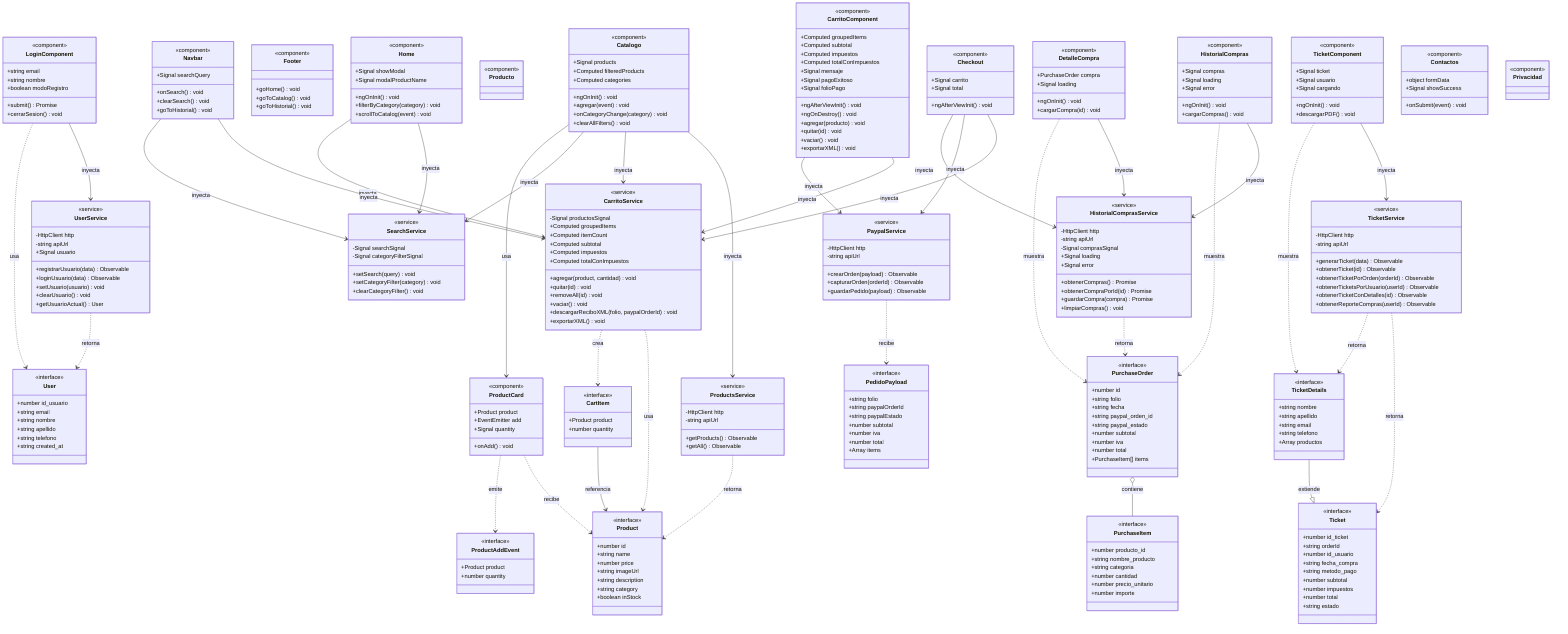
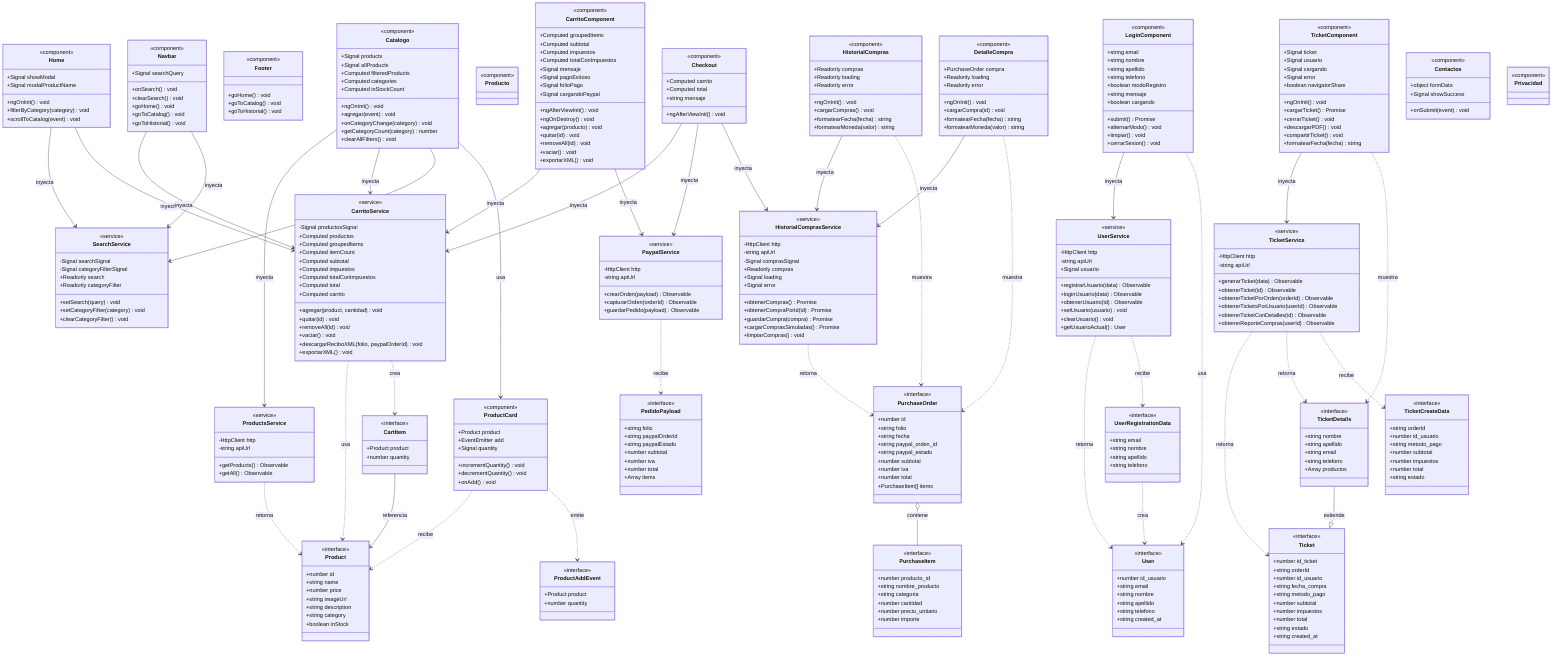
classDiagram
direction TB

%% ─── MODELOS ───────────────────────────────────────────────

class Product {
    <<interface>>
    +number id
    +string name
    +number price
    +string imageUrl
    +string description
    +string category
    +boolean inStock
}

class PurchaseItem {
    <<interface>>
    +number producto_id
    +string nombre_producto
    +string categoria
    +number cantidad
    +number precio_unitario
    +number importe
}

class PurchaseOrder {
    <<interface>>
    +number id
    +string folio
    +string fecha
    +string paypal_orden_id
    +string paypal_estado
    +number subtotal
    +number iva
    +number total
    +PurchaseItem[] items
}

class CartItem {
    <<interface>>
    +Product product
    +number quantity
}

class User {
    <<interface>>
    +number id_usuario
    +string email
    +string nombre
    +string apellido
    +string telefono
    +string created_at
}

+ class UserRegistrationData {
+     <<interface>>
+     +string email
+     +string nombre
+     +string apellido
+     +string telefono
+ }
+ 
class Ticket {
    <<interface>>
    +number id_ticket
    +string orderId
    +number id_usuario
    +string fecha_compra
    +string metodo_pago
    +number subtotal
    +number impuestos
    +number total
    +string estado
+     +string created_at
}

class TicketDetails {
    <<interface>>
    +string nombre
    +string apellido
    +string email
    +string telefono
    +Array productos
+ }
+ 
+ class TicketCreateData {
+     <<interface>>
+     +string orderId
+     +number id_usuario
+     +string metodo_pago
+     +number subtotal
+     +number impuestos
+     +number total
+     +string estado
}

class PedidoPayload {
    <<interface>>
    +string folio
    +string paypalOrderId
    +string paypalEstado
    +number subtotal
    +number iva
    +number total
    +Array items
}

class ProductAddEvent {
    <<interface>>
    +Product product
    +number quantity
}

%% ─── SERVICIOS ─────────────────────────────────────────────

class ProductsService {
    <<service>>
    -HttpClient http
    -string apiUrl
    +getProducts() Observable
    +getAll() Observable
}

class CarritoService {
    <<service>>
    -Signal productosSignal
+     +Computed productos
    +Computed groupedItems
    +Computed itemCount
    +Computed subtotal
    +Computed impuestos
    +Computed totalConImpuestos
+     +Computed total
+     +Computed carrito
    +agregar(product, cantidad) void
    +quitar(id) void
    +removeAll(id) void
    +vaciar() void
    +descargarReciboXML(folio, paypalOrderId) void
    +exportarXML() void
}

class SearchService {
    <<service>>
    -Signal searchSignal
    -Signal categoryFilterSignal
+     +Readonly search
+     +Readonly categoryFilter
    +setSearch(query) void
    +setCategoryFilter(category) void
    +clearCategoryFilter() void
}

class PaypalService {
    <<service>>
    -HttpClient http
    -string apiUrl
    +crearOrden(payload) Observable
    +capturarOrden(orderId) Observable
    +guardarPedido(payload) Observable
}

class HistorialComprasService {
    <<service>>
    -HttpClient http
    -string apiUrl
    -Signal comprasSignal
+     +Readonly compras
    +Signal loading
    +Signal error
    +obtenerCompras() Promise
    +obtenerCompraPorId(id) Promise
    +guardarCompra(compra) Promise
+     +cargarComprasSimuladas() Promise
    +limpiarCompras() void
}

class UserService {
    <<service>>
    -HttpClient http
    -string apiUrl
    +Signal usuario
    +registrarUsuario(data) Observable
    +loginUsuario(data) Observable
+     +obtenerUsuario(id) Observable
    +setUsuario(usuario) void
    +clearUsuario() void
    +getUsuarioActual() User
}

class TicketService {
    <<service>>
    -HttpClient http
    -string apiUrl
    +generarTicket(data) Observable
    +obtenerTicket(id) Observable
    +obtenerTicketPorOrden(orderId) Observable
    +obtenerTicketsPorUsuario(userId) Observable
    +obtenerTicketConDetalles(id) Observable
    +obtenerReporteCompras(userId) Observable
}

%% ─── COMPONENTES ────────────────────────────────────────────

class Home {
    <<component>>
    +Signal showModal
    +Signal modalProductName
    +ngOnInit() void
    +filterByCategory(category) void
    +scrollToCatalog(event) void
}

class Navbar {
    <<component>>
    +Signal searchQuery
    +onSearch() void
    +clearSearch() void
-     +goToHistorial() void
- }
- 
- class Footer {
-     <<component>>
    +goHome() void
    +goToCatalog() void
    +goToHistorial() void
}

+ class Footer {
+     <<component>>
+     +goHome() void
+     +goToCatalog() void
+     +goToHistorial() void
+ }
+ 
class Catalogo {
    <<component>>
    +Signal products
+     +Signal allProducts
    +Computed filteredProducts
    +Computed categories
+     +Computed inStockCount
    +ngOnInit() void
    +agregar(event) void
    +onCategoryChange(category) void
+     +getCategoryCount(category) number
    +clearAllFilters() void
}

class ProductCard {
    <<component>>
    +Product product
    +EventEmitter add
    +Signal quantity
+     +incrementQuantity() void
+     +decrementQuantity() void
    +onAdd() void
}

class Producto {
    <<component>>
}

class CarritoComponent {
    <<component>>
    +Computed groupedItems
    +Computed subtotal
    +Computed impuestos
    +Computed totalConImpuestos
    +Signal mensaje
    +Signal pagoExitoso
    +Signal folioPago
+     +Signal cargandoPaypal
    +ngAfterViewInit() void
    +ngOnDestroy() void
    +agregar(producto) void
    +quitar(id) void
+     +removeAll(id) void
    +vaciar() void
    +exportarXML() void
}

class Checkout {
    <<component>>
-     +Signal carrito
-     +Signal total
+     +Computed carrito
+     +Computed total
+     +string mensaje
    +ngAfterViewInit() void
}

class LoginComponent {
    <<component>>
    +string email
    +string nombre
+     +string apellido
+     +string telefono
    +boolean modoRegistro
+     +string mensaje
+     +boolean cargando
    +submit() Promise
+     +alternarModo() void
+     +limpiar() void
    +cerrarSesion() void
}

class HistorialCompras {
    <<component>>
-     +Signal compras
-     +Signal loading
-     +Signal error
+     +Readonly compras
+     +Readonly loading
+     +Readonly error
    +ngOnInit() void
    +cargarCompras() void
+     +formatearFecha(fecha) string
+     +formatearMoneda(valor) string
}

class DetalleCompra {
    <<component>>
    +PurchaseOrder compra
-     +Signal loading
+     +Readonly loading
+     +Readonly error
    +ngOnInit() void
    +cargarCompra(id) void
+     +formatearFecha(fecha) string
+     +formatearMoneda(valor) string
}

class TicketComponent {
    <<component>>
    +Signal ticket
    +Signal usuario
    +Signal cargando
+     +Signal error
+     +boolean navigatorShare
    +ngOnInit() void
+     +cargarTicket() Promise
+     +cerrarTicket() void
    +descargarPDF() void
+     +compartirTicket() void
+     +formatearFecha(fecha) string
}

class Contactos {
    <<component>>
    +object formData
    +Signal showSuccess
    +onSubmit(event) void
}

class Privacidad {
    <<component>>
}

%% ─── RELACIONES MODELOS ──────────────────────────────────────
PurchaseOrder o-- PurchaseItem : contiene
TicketDetails --|> Ticket : extiende
CartItem --> Product : referencia
+ UserRegistrationData ..> User : crea

%% ─── RELACIONES SERVICIOS → MODELOS ─────────────────────────
ProductsService ..> Product : retorna
CarritoService ..> Product : usa
CarritoService ..> CartItem : crea
PaypalService ..> PedidoPayload : recibe
HistorialComprasService ..> PurchaseOrder : retorna
UserService ..> User : retorna
+ UserService ..> UserRegistrationData : recibe
TicketService ..> Ticket : retorna
TicketService ..> TicketDetails : retorna
+ TicketService ..> TicketCreateData : recibe

%% ─── RELACIONES COMPONENTES → SERVICIOS ─────────────────────
Catalogo --> ProductsService : inyecta
Catalogo --> CarritoService : inyecta
Catalogo --> SearchService : inyecta
Catalogo --> ProductCard : usa

Home --> SearchService : inyecta
Home --> CarritoService : inyecta

Navbar --> CarritoService : inyecta
Navbar --> SearchService : inyecta

CarritoComponent --> CarritoService : inyecta
CarritoComponent --> PaypalService : inyecta

Checkout --> CarritoService : inyecta
Checkout --> PaypalService : inyecta
Checkout --> HistorialComprasService : inyecta

HistorialCompras --> HistorialComprasService : inyecta
DetalleCompra --> HistorialComprasService : inyecta

LoginComponent --> UserService : inyecta

TicketComponent --> TicketService : inyecta

%% ─── RELACIONES COMPONENTES → MODELOS ───────────────────────
ProductCard ..> Product : recibe
ProductCard ..> ProductAddEvent : emite
HistorialCompras ..> PurchaseOrder : muestra
DetalleCompra ..> PurchaseOrder : muestra
LoginComponent ..> User : usa
TicketComponent ..> TicketDetails : muestra
